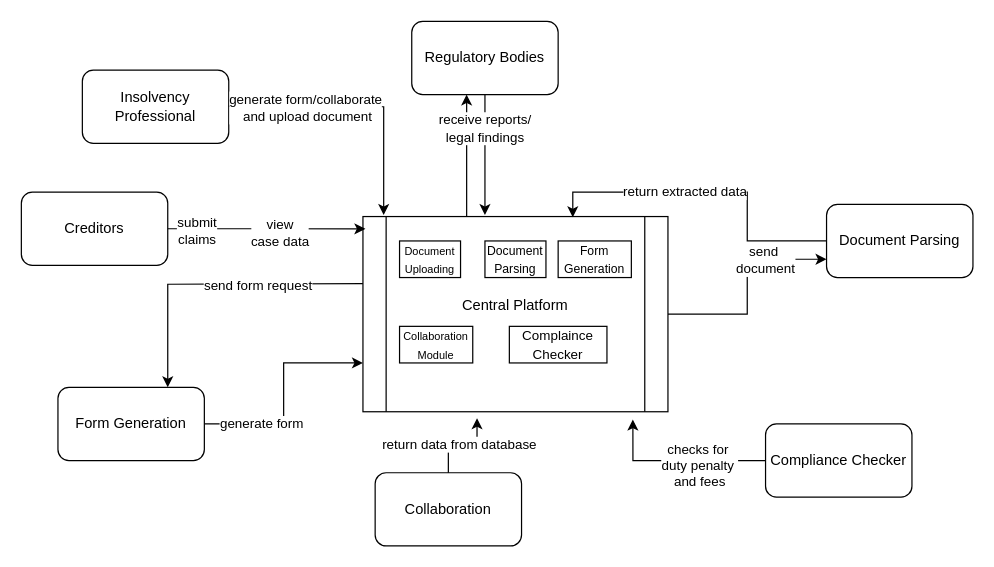
The draw.io diagram page "Page-2" (2 of 2) of architectural design.drawio in techy4shri/In-Solve, before the edit. Source tidied: cells renumbered, new cells numbered last; positions are measured from the earlier drawing's top-left corner, leaving out a move shared by most shapes. Both pictures are drawn from the tidied source at 122%, with x=0, y=0 at pixel (21, 21).
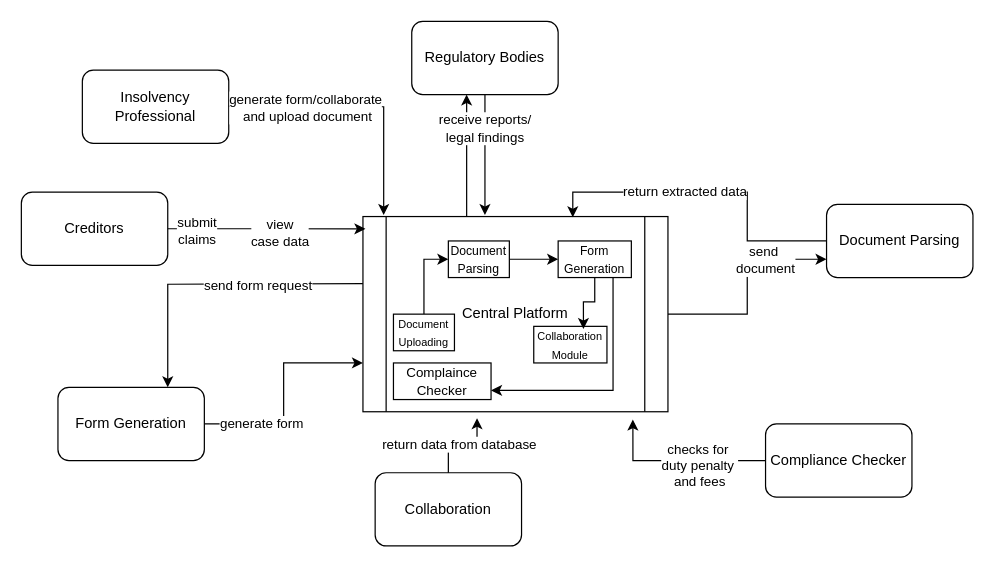
Above is the later version.

Unchanged cells that the change refers to:
```xml
<mxCell id="25" value="&lt;font style=&quot;font-size: 10px;&quot;&gt;Form Generation&lt;/font&gt;" style="rounded=0;whiteSpace=wrap;html=1;" parent="1" vertex="1">
  <mxGeometry x="440" y="180" width="60" height="30" as="geometry" />
</mxCell>
```

The edit, as a diff of the source:
```diff
@@
-    <mxCell id="18" value="Central Platform&lt;div&gt;&lt;br&gt;&lt;/div&gt;" style="shape=process;whiteSpace=wrap;html=1;backgroundOutline=1;size=0.07692307692307693;" parent="1" vertex="1" collapsed="1">
+    <mxCell id="18" value="&lt;div&gt;&lt;br&gt;&lt;/div&gt;Central Platform&lt;div&gt;&lt;br&gt;&lt;/div&gt;" style="shape=process;whiteSpace=wrap;html=1;backgroundOutline=1;size=0.07692307692307693;" parent="1" vertex="1" collapsed="1">
       <mxGeometry x="280" y="160" width="250" height="160" as="geometry" />
     </mxCell>
@@
+    <mxCell id="35" style="edgeStyle=orthogonalEdgeStyle;rounded=0;jettySize=auto;html=1;entryX=0;entryY=0.5;entryDx=0;entryDy=0;" parent="1" edge="1" source="23" target="24">
+      <mxGeometry relative="1" as="geometry" />
+    </mxCell>
     <mxCell id="23" value="&lt;font style=&quot;font-size: 9px;&quot;&gt;Document Uploading&lt;/font&gt;" style="rounded=0;whiteSpace=wrap;html=1;" parent="1" vertex="1">
-      <mxGeometry x="310" y="180" width="50" height="30" as="geometry" />
+      <mxGeometry x="305" y="240" width="50" height="30" as="geometry" />
     </mxCell>
+    <mxCell id="36" style="edgeStyle=orthogonalEdgeStyle;rounded=0;jettySize=auto;html=1;exitX=1;exitY=0.5;exitDx=0;exitDy=0;entryX=0;entryY=0.5;entryDx=0;entryDy=0;" parent="1" edge="1" source="24" target="25">
+      <mxGeometry relative="1" as="geometry" />
+    </mxCell>
     <mxCell id="24" value="&lt;font size=&quot;1&quot;&gt;Document Parsing&lt;/font&gt;" style="rounded=0;whiteSpace=wrap;html=1;" parent="1" vertex="1">
-      <mxGeometry x="380" y="180" width="50" height="30" as="geometry" />
+      <mxGeometry x="350" y="180" width="50" height="30" as="geometry" />
     </mxCell>
+    <mxCell id="37" style="edgeStyle=orthogonalEdgeStyle;rounded=0;jettySize=auto;html=1;exitX=0.75;exitY=1;exitDx=0;exitDy=0;entryX=1;entryY=0.75;entryDx=0;entryDy=0;" parent="1" edge="1" source="25" target="27">
+      <mxGeometry relative="1" as="geometry" />
+    </mxCell>
@@
     <mxCell id="26" value="&lt;font style=&quot;font-size: 9px;&quot;&gt;Collaboration Module&lt;/font&gt;" style="rounded=0;whiteSpace=wrap;html=1;" parent="1" vertex="1">
-      <mxGeometry x="310" y="250" width="60" height="30" as="geometry" />
+      <mxGeometry x="420" y="250" width="60" height="30" as="geometry" />
     </mxCell>
     <mxCell id="27" value="&lt;font style=&quot;font-size: 11px;&quot;&gt;Complaince Checker&lt;/font&gt;" style="rounded=0;whiteSpace=wrap;html=1;" parent="1" vertex="1">
-      <mxGeometry x="400" y="250" width="80" height="30" as="geometry" />
+      <mxGeometry x="305" y="280" width="80" height="30" as="geometry" />
     </mxCell>
@@
+    <mxCell id="38" style="edgeStyle=orthogonalEdgeStyle;rounded=0;jettySize=auto;html=1;entryX=0.679;entryY=0.075;entryDx=0;entryDy=0;entryPerimeter=0;" parent="1" edge="1" source="25" target="26">
+      <mxGeometry relative="1" as="geometry" />
+    </mxCell>
```
